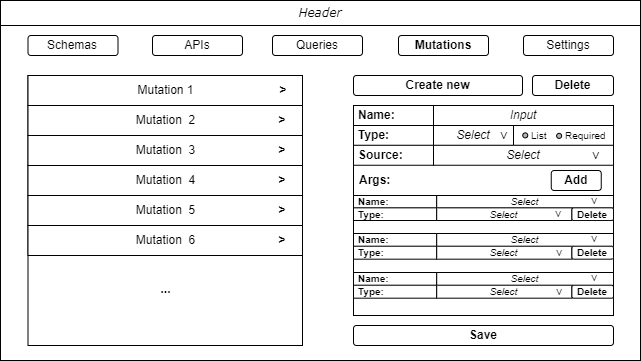
This is Artefatos/Telas/mutations-panel-wireframe.png from ICEI-PUC-Minas-PPLES-TI/plf-es-2022-1-tcci-5308100-dev-marlon-silva, a draw.io export, as it was before one commit. Source tidied: cells renumbered, new cells last; positions are measured from the earlier drawing's top-left corner, leaving out a move shared by most shapes.
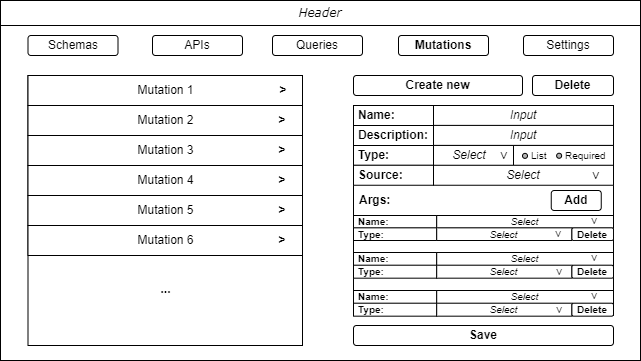
After the change.

What changed in the source:
```diff
@@ -35,13 +35,13 @@
     <mxCell id="12" value="Mutation 1" style="rounded=0;whiteSpace=wrap;html=1;" parent="1" vertex="1">
       <mxGeometry x="27.5" y="75" width="274.5" height="30" as="geometry" />
     </mxCell>
-    <mxCell id="13" value="Mutation&amp;nbsp;&amp;nbsp;2" style="rounded=0;whiteSpace=wrap;html=1;" parent="1" vertex="1">
+    <mxCell id="13" value="Mutation&amp;nbsp;2" style="rounded=0;whiteSpace=wrap;html=1;" parent="1" vertex="1">
       <mxGeometry x="27.5" y="105" width="274.5" height="30" as="geometry" />
     </mxCell>
-    <mxCell id="14" value="Mutation&amp;nbsp;&amp;nbsp;3" style="rounded=0;whiteSpace=wrap;html=1;" parent="1" vertex="1">
+    <mxCell id="14" value="Mutation&amp;nbsp;3" style="rounded=0;whiteSpace=wrap;html=1;" parent="1" vertex="1">
       <mxGeometry x="27.5" y="135" width="274.5" height="30" as="geometry" />
     </mxCell>
-    <mxCell id="15" value="Mutation&amp;nbsp;&amp;nbsp;4" style="rounded=0;whiteSpace=wrap;html=1;" parent="1" vertex="1">
+    <mxCell id="15" value="Mutation&amp;nbsp;4" style="rounded=0;whiteSpace=wrap;html=1;" parent="1" vertex="1">
       <mxGeometry x="27.5" y="165" width="274.5" height="30" as="geometry" />
     </mxCell>
     <mxCell id="16" value="&amp;gt;" style="text;html=1;strokeColor=none;fillColor=none;align=center;verticalAlign=middle;whiteSpace=wrap;rounded=0;fontStyle=1;" parent="1" vertex="1">
@@ -63,30 +63,30 @@
       <mxGeometry x="353" y="105" width="80" height="20" as="geometry" />
     </mxCell>
     <mxCell id="22" value="&lt;b&gt;Type:&lt;/b&gt;" style="rounded=0;whiteSpace=wrap;html=1;align=left;spacingLeft=3;" parent="1" vertex="1">
-      <mxGeometry x="353" y="125" width="80" height="20" as="geometry" />
+      <mxGeometry x="353" y="144.9" width="80" height="20" as="geometry" />
     </mxCell>
     <mxCell id="23" value="&lt;b&gt;Args:&lt;/b&gt;" style="text;html=1;strokeColor=none;fillColor=none;align=left;verticalAlign=middle;whiteSpace=wrap;rounded=0;spacingLeft=3;" parent="1" vertex="1">
-      <mxGeometry x="354" y="170" width="50" height="20" as="geometry" />
+      <mxGeometry x="354" y="190" width="50" height="20" as="geometry" />
     </mxCell>
     <mxCell id="24" value="&lt;i&gt;Input&lt;/i&gt;" style="rounded=0;whiteSpace=wrap;html=1;" parent="1" vertex="1">
       <mxGeometry x="433" y="105" width="180" height="20" as="geometry" />
     </mxCell>
-    <mxCell id="25" value="&lt;i&gt;Select&lt;/i&gt;" style="rounded=0;whiteSpace=wrap;html=1;" parent="1" vertex="1">
-      <mxGeometry x="433" y="125" width="80" height="20" as="geometry" />
-    </mxCell>
+    <mxCell id="66" value="&lt;i&gt;Select&lt;/i&gt;" style="rounded=0;whiteSpace=wrap;html=1;spacingLeft=-8;" parent="1" vertex="1">
+      <mxGeometry x="433" y="145" width="80" height="20" as="geometry" />
+    </mxCell>
     <mxCell id="26" value="Save" style="rounded=1;whiteSpace=wrap;html=1;fontStyle=1;" parent="1" vertex="1">
       <mxGeometry x="353" y="325" width="260" height="20" as="geometry" />
     </mxCell>
     <mxCell id="27" value="Add" style="rounded=1;whiteSpace=wrap;html=1;fontStyle=1;" parent="1" vertex="1">
-      <mxGeometry x="550.8" y="170" width="50" height="20" as="geometry" />
+      <mxGeometry x="550.8" y="190" width="50" height="20" as="geometry" />
     </mxCell>
-    <mxCell id="28" value="Mutation&amp;nbsp;&amp;nbsp;5" style="rounded=0;whiteSpace=wrap;html=1;" parent="1" vertex="1">
+    <mxCell id="28" value="Mutation&amp;nbsp;5" style="rounded=0;whiteSpace=wrap;html=1;" parent="1" vertex="1">
       <mxGeometry x="27.5" y="195" width="274.5" height="30" as="geometry" />
     </mxCell>
     <mxCell id="29" value="&amp;gt;" style="text;html=1;strokeColor=none;fillColor=none;align=center;verticalAlign=middle;whiteSpace=wrap;rounded=0;fontStyle=1;" parent="1" vertex="1">
       <mxGeometry x="262" y="195" width="40" height="30" as="geometry" />
     </mxCell>
-    <mxCell id="30" value="Mutation&amp;nbsp;&amp;nbsp;6" style="rounded=0;whiteSpace=wrap;html=1;" parent="1" vertex="1">
+    <mxCell id="30" value="Mutation&amp;nbsp;6" style="rounded=0;whiteSpace=wrap;html=1;" parent="1" vertex="1">
       <mxGeometry x="27.5" y="225" width="274.5" height="30" as="geometry" />
     </mxCell>
     <mxCell id="31" value="&amp;gt;" style="text;html=1;strokeColor=none;fillColor=none;align=center;verticalAlign=middle;whiteSpace=wrap;rounded=0;fontStyle=1;" parent="1" vertex="1">
@@ -95,104 +95,110 @@
     <mxCell id="32" value="&lt;i&gt;Header&lt;/i&gt;" style="rounded=0;whiteSpace=wrap;html=1;labelBackgroundColor=none;labelBorderColor=none;fontFamily=Verdana;fillColor=none;" parent="1" vertex="1">
       <mxGeometry width="640" height="25" as="geometry" />
     </mxCell>
-    <mxCell id="33" value="&lt;font face=&quot;Verdana&quot; style=&quot;font-size: 12px;&quot;&gt;&amp;gt;&lt;/font&gt;" style="text;html=1;strokeColor=none;fillColor=none;align=center;verticalAlign=middle;whiteSpace=wrap;rounded=0;fontStyle=0;rotation=90;fontSize=12;" parent="1" vertex="1">
-      <mxGeometry x="498.6" y="125" width="10.1" height="20.8" as="geometry" />
-    </mxCell>
-    <mxCell id="34" style="rounded=0;whiteSpace=wrap;html=1;fontFamily=Verdana;" parent="1" vertex="1">
-      <mxGeometry x="513" y="125" width="100" height="20" as="geometry" />
-    </mxCell>
-    <mxCell id="35" style="ellipse;whiteSpace=wrap;html=1;fillColor=#B3B3B3;" parent="1" vertex="1">
-      <mxGeometry x="522.2" y="132.4" width="5" height="5" as="geometry" />
-    </mxCell>
+    <mxCell id="67" value="&lt;font face=&quot;Verdana&quot; style=&quot;font-size: 12px;&quot;&gt;&amp;gt;&lt;/font&gt;" style="text;html=1;strokeColor=none;fillColor=none;align=center;verticalAlign=middle;whiteSpace=wrap;rounded=0;fontStyle=0;rotation=90;fontSize=12;" parent="1" vertex="1">
+      <mxGeometry x="498.6" y="145" width="10.1" height="20.8" as="geometry" />
+    </mxCell>
+    <mxCell id="68" style="rounded=0;whiteSpace=wrap;html=1;fontFamily=Verdana;" parent="1" vertex="1">
+      <mxGeometry x="513" y="145" width="100" height="20" as="geometry" />
+    </mxCell>
+    <mxCell id="69" style="ellipse;whiteSpace=wrap;html=1;fillColor=#B3B3B3;" parent="1" vertex="1">
+      <mxGeometry x="522" y="152.9" width="5" height="5" as="geometry" />
+    </mxCell>
     <mxCell id="36" value="List" style="text;html=1;strokeColor=none;fillColor=none;align=left;verticalAlign=middle;whiteSpace=wrap;rounded=0;fontSize=10;" parent="1" vertex="1">
-      <mxGeometry x="528.8" y="127.9" width="22" height="15" as="geometry" />
+      <mxGeometry x="528.8" y="147.8" width="22" height="15" as="geometry" />
     </mxCell>
-    <mxCell id="37" style="ellipse;whiteSpace=wrap;html=1;fillColor=#B3B3B3;" parent="1" vertex="1">
-      <mxGeometry x="556.1" y="132.9" width="5" height="5" as="geometry" />
-    </mxCell>
+    <mxCell id="70" style="ellipse;whiteSpace=wrap;html=1;fillColor=#B3B3B3;" parent="1" vertex="1">
+      <mxGeometry x="556.1" y="152.8" width="5" height="5" as="geometry" />
+    </mxCell>
     <mxCell id="38" value="Required" style="text;html=1;strokeColor=none;fillColor=none;align=left;verticalAlign=middle;whiteSpace=wrap;rounded=0;fontSize=10;" parent="1" vertex="1">
-      <mxGeometry x="562.6" y="127.9" width="44.4" height="15" as="geometry" />
+      <mxGeometry x="562.6" y="147.8" width="44.4" height="15" as="geometry" />
     </mxCell>
     <mxCell id="39" value="&lt;b&gt;Source:&lt;/b&gt;" style="rounded=0;whiteSpace=wrap;html=1;align=left;spacingLeft=3;" parent="1" vertex="1">
-      <mxGeometry x="353" y="144.8" width="80" height="20" as="geometry" />
+      <mxGeometry x="353" y="164.8" width="80" height="20" as="geometry" />
     </mxCell>
-    <mxCell id="40" value="&lt;i&gt;Select&lt;/i&gt;" style="rounded=0;whiteSpace=wrap;html=1;" parent="1" vertex="1">
-      <mxGeometry x="433" y="144.8" width="180" height="20" as="geometry" />
-    </mxCell>
-    <mxCell id="41" value="&lt;font face=&quot;Verdana&quot; style=&quot;font-size: 12px;&quot;&gt;&amp;gt;&lt;/font&gt;" style="text;html=1;strokeColor=none;fillColor=none;align=center;verticalAlign=middle;whiteSpace=wrap;rounded=0;fontStyle=0;rotation=90;fontSize=12;" parent="1" vertex="1">
-      <mxGeometry x="590.7" y="144.8" width="10.1" height="20.8" as="geometry" />
-    </mxCell>
-    <mxCell id="42" style="group;" parent="1" vertex="1">
-      <mxGeometry x="353" y="272" width="260" height="25.7" as="geometry" />
-    </mxCell>
-    <mxCell id="43" value="&lt;b style=&quot;font-size: 10px;&quot;&gt;Name:&lt;/b&gt;" style="rounded=0;whiteSpace=wrap;html=1;align=left;spacingLeft=3;fontSize=10;" parent="42" vertex="1">
-      <mxGeometry width="83.2" height="13" as="geometry" />
-    </mxCell>
-    <mxCell id="44" value="&lt;b style=&quot;font-size: 10px;&quot;&gt;Type:&lt;/b&gt;" style="rounded=0;whiteSpace=wrap;html=1;align=left;spacingLeft=3;fontSize=10;" parent="42" vertex="1">
-      <mxGeometry y="12.7" width="83.2" height="13" as="geometry" />
-    </mxCell>
-    <mxCell id="45" value="&lt;i style=&quot;font-size: 10px&quot;&gt;Select&lt;/i&gt;" style="rounded=0;whiteSpace=wrap;html=1;fontSize=10;" parent="42" vertex="1">
-      <mxGeometry x="83.2" width="176.8" height="13" as="geometry" />
-    </mxCell>
-    <mxCell id="46" value="&lt;i style=&quot;font-size: 10px&quot;&gt;Select&lt;/i&gt;" style="rounded=0;whiteSpace=wrap;html=1;fontSize=10;" parent="42" vertex="1">
-      <mxGeometry x="83.2" y="12.7" width="135.2" height="13" as="geometry" />
-    </mxCell>
-    <mxCell id="47" value="Delete" style="rounded=1;whiteSpace=wrap;html=1;fontStyle=1;fontSize=10;" parent="42" vertex="1">
-      <mxGeometry x="218.4" y="12.7" width="41.6" height="13" as="geometry" />
-    </mxCell>
-    <mxCell id="48" value="&lt;font face=&quot;Verdana&quot; style=&quot;font-size: 10px;&quot;&gt;&amp;gt;&lt;/font&gt;" style="text;html=1;strokeColor=none;fillColor=none;align=center;verticalAlign=middle;whiteSpace=wrap;rounded=0;fontStyle=0;rotation=90;fontSize=10;" parent="42" vertex="1">
-      <mxGeometry x="201.3" y="9.5" width="10.5" height="21.3" as="geometry" />
-    </mxCell>
-    <mxCell id="49" value="&lt;font face=&quot;Verdana&quot; style=&quot;font-size: 10px;&quot;&gt;&amp;gt;&lt;/font&gt;" style="text;html=1;strokeColor=none;fillColor=none;align=center;verticalAlign=middle;whiteSpace=wrap;rounded=0;fontStyle=0;rotation=90;fontSize=10;" parent="42" vertex="1">
-      <mxGeometry x="236.7" y="-4.5" width="10.5" height="21.3" as="geometry" />
-    </mxCell>
-    <mxCell id="50" style="group;" parent="1" vertex="1">
-      <mxGeometry x="353" y="195" width="260" height="25" as="geometry" />
-    </mxCell>
+    <mxCell id="71" value="&lt;i&gt;Select&lt;/i&gt;" style="rounded=0;whiteSpace=wrap;html=1;" parent="1" vertex="1">
+      <mxGeometry x="433" y="164.8" width="180" height="20" as="geometry" />
+    </mxCell>
+    <mxCell id="72" value="&lt;font face=&quot;Verdana&quot; style=&quot;font-size: 12px;&quot;&gt;&amp;gt;&lt;/font&gt;" style="text;html=1;strokeColor=none;fillColor=none;align=center;verticalAlign=middle;whiteSpace=wrap;rounded=0;fontStyle=0;rotation=90;fontSize=12;" parent="1" vertex="1">
+      <mxGeometry x="590.7" y="165" width="10.1" height="20.8" as="geometry" />
+    </mxCell>
+    <mxCell id="73" style="group;" parent="1" vertex="1">
+      <mxGeometry x="353" y="290" width="260" height="25.7" as="geometry" />
+    </mxCell>
+    <mxCell id="74" value="&lt;b style=&quot;font-size: 10px;&quot;&gt;Name:&lt;/b&gt;" style="rounded=0;whiteSpace=wrap;html=1;align=left;spacingLeft=3;fontSize=10;" parent="73" vertex="1">
+      <mxGeometry width="83.2" height="13" as="geometry" />
+    </mxCell>
+    <mxCell id="75" value="&lt;b style=&quot;font-size: 10px;&quot;&gt;Type:&lt;/b&gt;" style="rounded=0;whiteSpace=wrap;html=1;align=left;spacingLeft=3;fontSize=10;" parent="73" vertex="1">
+      <mxGeometry y="12.7" width="83.2" height="13" as="geometry" />
+    </mxCell>
+    <mxCell id="76" value="&lt;i style=&quot;font-size: 10px&quot;&gt;Select&lt;/i&gt;" style="rounded=0;whiteSpace=wrap;html=1;fontSize=10;" parent="73" vertex="1">
+      <mxGeometry x="83.2" width="176.8" height="13" as="geometry" />
+    </mxCell>
+    <mxCell id="77" value="&lt;i style=&quot;font-size: 10px&quot;&gt;Select&lt;/i&gt;" style="rounded=0;whiteSpace=wrap;html=1;fontSize=10;" parent="73" vertex="1">
+      <mxGeometry x="83.2" y="12.7" width="135.2" height="13" as="geometry" />
+    </mxCell>
+    <mxCell id="78" value="Delete" style="rounded=1;whiteSpace=wrap;html=1;fontStyle=1;fontSize=10;" parent="73" vertex="1">
+      <mxGeometry x="218.4" y="12.7" width="41.6" height="13" as="geometry" />
+    </mxCell>
+    <mxCell id="79" value="&lt;font face=&quot;Verdana&quot; style=&quot;font-size: 10px;&quot;&gt;&amp;gt;&lt;/font&gt;" style="text;html=1;strokeColor=none;fillColor=none;align=center;verticalAlign=middle;whiteSpace=wrap;rounded=0;fontStyle=0;rotation=90;fontSize=10;" parent="73" vertex="1">
+      <mxGeometry x="201.3" y="9.5" width="10.5" height="21.3" as="geometry" />
+    </mxCell>
+    <mxCell id="80" value="&lt;font face=&quot;Verdana&quot; style=&quot;font-size: 10px;&quot;&gt;&amp;gt;&lt;/font&gt;" style="text;html=1;strokeColor=none;fillColor=none;align=center;verticalAlign=middle;whiteSpace=wrap;rounded=0;fontStyle=0;rotation=90;fontSize=10;" parent="73" vertex="1">
+      <mxGeometry x="236.7" y="-4.5" width="10.5" height="21.3" as="geometry" />
+    </mxCell>
+    <mxCell id="81" style="group;" parent="1" vertex="1">
+      <mxGeometry x="353" y="215" width="260" height="25" as="geometry" />
+    </mxCell>
-    <mxCell id="51" value="&lt;b style=&quot;font-size: 10px;&quot;&gt;Name:&lt;/b&gt;" style="rounded=0;whiteSpace=wrap;html=1;align=left;spacingLeft=3;fontSize=10;" parent="50" vertex="1">
+    <mxCell id="51" value="&lt;b style=&quot;font-size: 10px;&quot;&gt;Name:&lt;/b&gt;" style="rounded=0;whiteSpace=wrap;html=1;align=left;spacingLeft=3;fontSize=10;" parent="81" vertex="1">
       <mxGeometry width="83.2" height="12.7" as="geometry" />
     </mxCell>
-    <mxCell id="52" value="&lt;b style=&quot;font-size: 10px;&quot;&gt;Type:&lt;/b&gt;" style="rounded=0;whiteSpace=wrap;html=1;align=left;spacingLeft=3;fontSize=10;" parent="50" vertex="1">
+    <mxCell id="52" value="&lt;b style=&quot;font-size: 10px;&quot;&gt;Type:&lt;/b&gt;" style="rounded=0;whiteSpace=wrap;html=1;align=left;spacingLeft=3;fontSize=10;" parent="81" vertex="1">
       <mxGeometry y="12.3" width="83.2" height="12.7" as="geometry" />
     </mxCell>
-    <mxCell id="53" value="&lt;i style=&quot;font-size: 10px&quot;&gt;Select&lt;/i&gt;" style="rounded=0;whiteSpace=wrap;html=1;fontSize=10;" parent="50" vertex="1">
+    <mxCell id="53" value="&lt;i style=&quot;font-size: 10px&quot;&gt;Select&lt;/i&gt;" style="rounded=0;whiteSpace=wrap;html=1;fontSize=10;" parent="81" vertex="1">
       <mxGeometry x="83.2" width="176.8" height="12.7" as="geometry" />
     </mxCell>
-    <mxCell id="54" value="&lt;i style=&quot;font-size: 10px&quot;&gt;Select&lt;/i&gt;" style="rounded=0;whiteSpace=wrap;html=1;fontSize=10;" parent="50" vertex="1">
+    <mxCell id="54" value="&lt;i style=&quot;font-size: 10px&quot;&gt;Select&lt;/i&gt;" style="rounded=0;whiteSpace=wrap;html=1;fontSize=10;" parent="81" vertex="1">
       <mxGeometry x="83.2" y="12.3" width="135.2" height="12.7" as="geometry" />
     </mxCell>
-    <mxCell id="55" value="Delete" style="rounded=1;whiteSpace=wrap;html=1;fontStyle=1;fontSize=10;" parent="50" vertex="1">
+    <mxCell id="55" value="Delete" style="rounded=1;whiteSpace=wrap;html=1;fontStyle=1;fontSize=10;" parent="81" vertex="1">
       <mxGeometry x="218.4" y="12.3" width="41.6" height="12.7" as="geometry" />
     </mxCell>
-    <mxCell id="56" value="&lt;font face=&quot;Verdana&quot; style=&quot;font-size: 10px;&quot;&gt;&amp;gt;&lt;/font&gt;" style="text;html=1;strokeColor=none;fillColor=none;align=center;verticalAlign=middle;whiteSpace=wrap;rounded=0;fontStyle=0;rotation=90;fontSize=10;" parent="50" vertex="1">
+    <mxCell id="56" value="&lt;font face=&quot;Verdana&quot; style=&quot;font-size: 10px;&quot;&gt;&amp;gt;&lt;/font&gt;" style="text;html=1;strokeColor=none;fillColor=none;align=center;verticalAlign=middle;whiteSpace=wrap;rounded=0;fontStyle=0;rotation=90;fontSize=10;" parent="81" vertex="1">
       <mxGeometry x="201.3" y="9.3" width="10.5" height="20.7" as="geometry" />
     </mxCell>
-    <mxCell id="57" value="&lt;font face=&quot;Verdana&quot; style=&quot;font-size: 10px;&quot;&gt;&amp;gt;&lt;/font&gt;" style="text;html=1;strokeColor=none;fillColor=none;align=center;verticalAlign=middle;whiteSpace=wrap;rounded=0;fontStyle=0;rotation=90;fontSize=10;" parent="50" vertex="1">
+    <mxCell id="57" value="&lt;font face=&quot;Verdana&quot; style=&quot;font-size: 10px;&quot;&gt;&amp;gt;&lt;/font&gt;" style="text;html=1;strokeColor=none;fillColor=none;align=center;verticalAlign=middle;whiteSpace=wrap;rounded=0;fontStyle=0;rotation=90;fontSize=10;" parent="81" vertex="1">
       <mxGeometry x="236.7" y="-4.4" width="10.5" height="20.7" as="geometry" />
     </mxCell>
-    <mxCell id="58" style="group;" parent="1" vertex="1">
-      <mxGeometry x="353" y="233" width="260" height="25.7" as="geometry" />
-    </mxCell>
-    <mxCell id="59" value="&lt;b style=&quot;font-size: 10px;&quot;&gt;Name:&lt;/b&gt;" style="rounded=0;whiteSpace=wrap;html=1;align=left;spacingLeft=3;fontSize=10;" parent="58" vertex="1">
-      <mxGeometry width="83.2" height="13" as="geometry" />
-    </mxCell>
-    <mxCell id="60" value="&lt;b style=&quot;font-size: 10px;&quot;&gt;Type:&lt;/b&gt;" style="rounded=0;whiteSpace=wrap;html=1;align=left;spacingLeft=3;fontSize=10;" parent="58" vertex="1">
-      <mxGeometry y="12.7" width="83.2" height="13" as="geometry" />
-    </mxCell>
-    <mxCell id="61" value="&lt;i style=&quot;font-size: 10px&quot;&gt;Select&lt;/i&gt;" style="rounded=0;whiteSpace=wrap;html=1;fontSize=10;" parent="58" vertex="1">
-      <mxGeometry x="83.2" width="176.8" height="13" as="geometry" />
-    </mxCell>
-    <mxCell id="62" value="&lt;i style=&quot;font-size: 10px&quot;&gt;Select&lt;/i&gt;" style="rounded=0;whiteSpace=wrap;html=1;fontSize=10;" parent="58" vertex="1">
-      <mxGeometry x="83.2" y="12.7" width="135.2" height="13" as="geometry" />
-    </mxCell>
-    <mxCell id="63" value="Delete" style="rounded=1;whiteSpace=wrap;html=1;fontStyle=1;fontSize=10;" parent="58" vertex="1">
-      <mxGeometry x="218.4" y="12.7" width="41.6" height="13" as="geometry" />
-    </mxCell>
-    <mxCell id="64" value="&lt;font face=&quot;Verdana&quot; style=&quot;font-size: 10px;&quot;&gt;&amp;gt;&lt;/font&gt;" style="text;html=1;strokeColor=none;fillColor=none;align=center;verticalAlign=middle;whiteSpace=wrap;rounded=0;fontStyle=0;rotation=90;fontSize=10;" parent="58" vertex="1">
-      <mxGeometry x="201.3" y="9.5" width="10.5" height="21.3" as="geometry" />
-    </mxCell>
-    <mxCell id="65" value="&lt;font face=&quot;Verdana&quot; style=&quot;font-size: 10px;&quot;&gt;&amp;gt;&lt;/font&gt;" style="text;html=1;strokeColor=none;fillColor=none;align=center;verticalAlign=middle;whiteSpace=wrap;rounded=0;fontStyle=0;rotation=90;fontSize=10;" parent="58" vertex="1">
-      <mxGeometry x="236.7" y="-4.5" width="10.5" height="21.3" as="geometry" />
-    </mxCell>
+    <mxCell id="82" style="group;" parent="1" vertex="1">
+      <mxGeometry x="353" y="252" width="260" height="25.7" as="geometry" />
+    </mxCell>
+    <mxCell id="83" value="&lt;b style=&quot;font-size: 10px;&quot;&gt;Name:&lt;/b&gt;" style="rounded=0;whiteSpace=wrap;html=1;align=left;spacingLeft=3;fontSize=10;" parent="82" vertex="1">
+      <mxGeometry width="83.2" height="13" as="geometry" />
+    </mxCell>
+    <mxCell id="84" value="&lt;b style=&quot;font-size: 10px;&quot;&gt;Type:&lt;/b&gt;" style="rounded=0;whiteSpace=wrap;html=1;align=left;spacingLeft=3;fontSize=10;" parent="82" vertex="1">
+      <mxGeometry y="12.7" width="83.2" height="13" as="geometry" />
+    </mxCell>
+    <mxCell id="85" value="&lt;i style=&quot;font-size: 10px&quot;&gt;Select&lt;/i&gt;" style="rounded=0;whiteSpace=wrap;html=1;fontSize=10;" parent="82" vertex="1">
+      <mxGeometry x="83.2" width="176.8" height="13" as="geometry" />
+    </mxCell>
+    <mxCell id="86" value="&lt;i style=&quot;font-size: 10px&quot;&gt;Select&lt;/i&gt;" style="rounded=0;whiteSpace=wrap;html=1;fontSize=10;" parent="82" vertex="1">
+      <mxGeometry x="83.2" y="12.7" width="135.2" height="13" as="geometry" />
+    </mxCell>
+    <mxCell id="87" value="Delete" style="rounded=1;whiteSpace=wrap;html=1;fontStyle=1;fontSize=10;" parent="82" vertex="1">
+      <mxGeometry x="218.4" y="12.7" width="41.6" height="13" as="geometry" />
+    </mxCell>
+    <mxCell id="88" value="&lt;font face=&quot;Verdana&quot; style=&quot;font-size: 10px;&quot;&gt;&amp;gt;&lt;/font&gt;" style="text;html=1;strokeColor=none;fillColor=none;align=center;verticalAlign=middle;whiteSpace=wrap;rounded=0;fontStyle=0;rotation=90;fontSize=10;" parent="82" vertex="1">
+      <mxGeometry x="201.3" y="9.5" width="10.5" height="21.3" as="geometry" />
+    </mxCell>
+    <mxCell id="89" value="&lt;font face=&quot;Verdana&quot; style=&quot;font-size: 10px;&quot;&gt;&amp;gt;&lt;/font&gt;" style="text;html=1;strokeColor=none;fillColor=none;align=center;verticalAlign=middle;whiteSpace=wrap;rounded=0;fontStyle=0;rotation=90;fontSize=10;" parent="82" vertex="1">
+      <mxGeometry x="236.7" y="-4.5" width="10.5" height="21.3" as="geometry" />
+    </mxCell>
+    <mxCell id="90" value="&lt;b&gt;Description:&lt;/b&gt;" style="rounded=0;whiteSpace=wrap;html=1;align=left;spacingLeft=3;" parent="1" vertex="1">
+      <mxGeometry x="353" y="125" width="80" height="20" as="geometry" />
+    </mxCell>
+    <mxCell id="91" value="&lt;i&gt;Input&lt;/i&gt;" style="rounded=0;whiteSpace=wrap;html=1;" parent="1" vertex="1">
+      <mxGeometry x="433" y="124.9" width="180" height="20" as="geometry" />
+    </mxCell>
   </root>
 </mxGraphModel>
```
